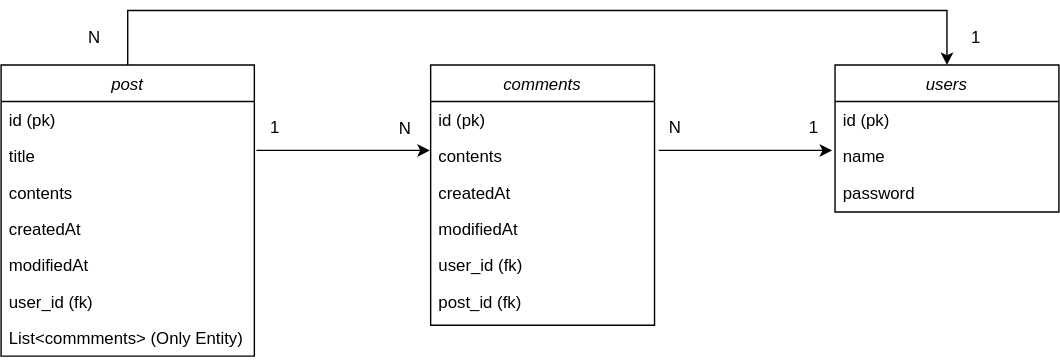
The draw.io diagram Entity Relationship Diagram.drawio.svg in Chaeyounglim/myBlog, before a commit. Source tidied: cells renumbered, new cells last; positions are measured from the earlier drawing's top-left corner, leaving out a move shared by most shapes.
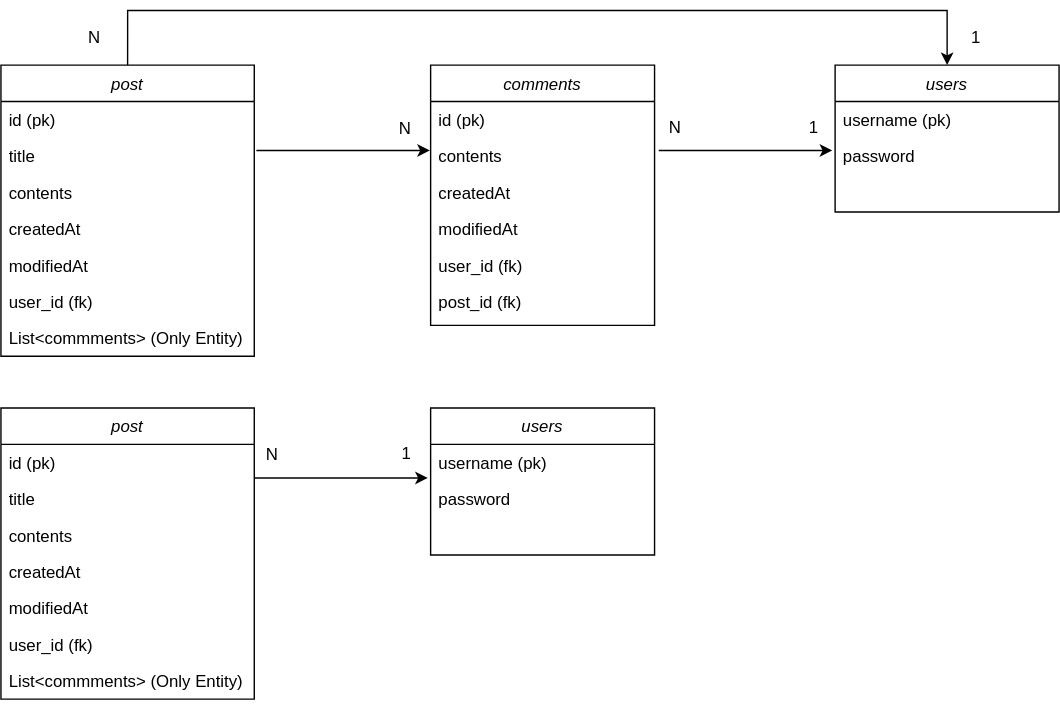
The same diagram one commit later.

What changed in the source:
```diff
@@ -37,14 +37,11 @@
     <mxCell id="11" value="users" style="swimlane;fontStyle=2;align=center;verticalAlign=top;horizontal=1;startSize=26;rounded=0;shadow=0;strokeWidth=1;" parent="1" vertex="1">
       <mxGeometry x="596" y="39" width="160" height="105" as="geometry" />
     </mxCell>
-    <mxCell id="12" value="id (pk)" style="text;align=left;verticalAlign=top;spacingLeft=4;spacingRight=4;overflow=hidden;" parent="11" vertex="1">
-      <mxGeometry y="26" width="160" height="26" as="geometry" />
-    </mxCell>
-    <mxCell id="13" value="name" style="text;align=left;verticalAlign=top;spacingLeft=4;spacingRight=4;overflow=hidden;rounded=0;shadow=0;html=0;" parent="11" vertex="1">
-      <mxGeometry y="52" width="160" height="26" as="geometry" />
+    <mxCell id="13" value="username (pk)" style="text;align=left;verticalAlign=top;spacingLeft=4;spacingRight=4;overflow=hidden;rounded=0;shadow=0;html=0;" parent="11" vertex="1">
+      <mxGeometry y="26" width="160" height="26" as="geometry" />
     </mxCell>
     <mxCell id="14" value="password" style="text;align=left;verticalAlign=top;spacingLeft=4;spacingRight=4;overflow=hidden;rounded=0;shadow=0;html=0;" parent="11" vertex="1">
-      <mxGeometry y="78" width="160" height="26" as="geometry" />
+      <mxGeometry y="52" width="160" height="26" as="geometry" />
     </mxCell>
     <mxCell id="15" value="post" style="swimlane;fontStyle=2;align=center;verticalAlign=top;horizontal=1;startSize=26;rounded=0;shadow=0;strokeWidth=1;" parent="1" vertex="1">
       <mxGeometry y="39" width="181" height="208" as="geometry" />
@@ -74,7 +71,7 @@
       <mxGeometry x="37" y="5" width="60" height="30" as="geometry" />
     </mxCell>
     <mxCell id="24" value="1" style="text;html=1;strokeColor=none;fillColor=none;align=center;verticalAlign=middle;whiteSpace=wrap;rounded=0;" parent="1" vertex="1">
-      <mxGeometry x="166" y="69" width="60" height="30" as="geometry" />
+      <mxGeometry x="260" y="302" width="60" height="30" as="geometry" />
     </mxCell>
     <mxCell id="25" value="1" style="text;html=1;strokeColor=none;fillColor=none;align=center;verticalAlign=middle;whiteSpace=wrap;rounded=0;" parent="1" vertex="1">
       <mxGeometry x="551" y="69" width="60" height="30" as="geometry" />
@@ -97,5 +94,47 @@
     <mxCell id="29" value="N" style="text;html=1;strokeColor=none;fillColor=none;align=center;verticalAlign=middle;whiteSpace=wrap;rounded=0;" parent="1" vertex="1">
       <mxGeometry x="259" y="70" width="60" height="30" as="geometry" />
     </mxCell>
+    <mxCell id="30" value="post" style="swimlane;fontStyle=2;align=center;verticalAlign=top;horizontal=1;startSize=26;rounded=0;shadow=0;strokeWidth=1;" parent="1" vertex="1">
+      <mxGeometry y="284" width="181" height="208" as="geometry" />
+    </mxCell>
+    <mxCell id="12" value="id (pk)" style="text;align=left;verticalAlign=top;spacingLeft=4;spacingRight=4;overflow=hidden;" parent="30" vertex="1">
+      <mxGeometry y="26" width="181" height="26" as="geometry" />
+    </mxCell>
+    <mxCell id="31" value="title" style="text;align=left;verticalAlign=top;spacingLeft=4;spacingRight=4;overflow=hidden;rounded=0;shadow=0;html=0;" parent="30" vertex="1">
+      <mxGeometry y="52" width="181" height="26" as="geometry" />
+    </mxCell>
+    <mxCell id="32" value="contents" style="text;align=left;verticalAlign=top;spacingLeft=4;spacingRight=4;overflow=hidden;rounded=0;shadow=0;html=0;" parent="30" vertex="1">
+      <mxGeometry y="78" width="181" height="26" as="geometry" />
+    </mxCell>
+    <mxCell id="33" value="createdAt" style="text;align=left;verticalAlign=top;spacingLeft=4;spacingRight=4;overflow=hidden;rounded=0;shadow=0;html=0;" parent="30" vertex="1">
+      <mxGeometry y="104" width="181" height="26" as="geometry" />
+    </mxCell>
+    <mxCell id="34" value="modifiedAt " style="text;align=left;verticalAlign=top;spacingLeft=4;spacingRight=4;overflow=hidden;rounded=0;shadow=0;html=0;" parent="30" vertex="1">
+      <mxGeometry y="130" width="181" height="26" as="geometry" />
+    </mxCell>
+    <mxCell id="35" value="user_id (fk)" style="text;align=left;verticalAlign=top;spacingLeft=4;spacingRight=4;overflow=hidden;rounded=0;shadow=0;html=0;" parent="30" vertex="1">
+      <mxGeometry y="156" width="181" height="26" as="geometry" />
+    </mxCell>
+    <mxCell id="36" value="List&lt;commments&gt; (Only Entity)" style="text;align=left;verticalAlign=top;spacingLeft=4;spacingRight=4;overflow=hidden;rounded=0;shadow=0;html=0;" parent="30" vertex="1">
+      <mxGeometry y="182" width="181" height="26" as="geometry" />
+    </mxCell>
+    <mxCell id="37" value="users" style="swimlane;fontStyle=2;align=center;verticalAlign=top;horizontal=1;startSize=26;rounded=0;shadow=0;strokeWidth=1;" parent="1" vertex="1">
+      <mxGeometry x="307" y="284" width="160" height="105" as="geometry" />
+    </mxCell>
+    <mxCell id="38" value="username (pk)" style="text;align=left;verticalAlign=top;spacingLeft=4;spacingRight=4;overflow=hidden;rounded=0;shadow=0;html=0;" parent="37" vertex="1">
+      <mxGeometry y="26" width="160" height="26" as="geometry" />
+    </mxCell>
+    <mxCell id="39" value="password" style="text;align=left;verticalAlign=top;spacingLeft=4;spacingRight=4;overflow=hidden;rounded=0;shadow=0;html=0;" parent="37" vertex="1">
+      <mxGeometry y="52" width="160" height="26" as="geometry" />
+    </mxCell>
+    <mxCell id="40" style="edgeStyle=orthogonalEdgeStyle;rounded=0;orthogonalLoop=1;jettySize=auto;html=1;startArrow=none;startFill=0;" parent="1" edge="1">
+      <mxGeometry relative="1" as="geometry">
+        <mxPoint x="181" y="334" as="sourcePoint" />
+        <mxPoint x="305" y="334" as="targetPoint" />
+      </mxGeometry>
+    </mxCell>
+    <mxCell id="41" value="N" style="text;html=1;strokeColor=none;fillColor=none;align=center;verticalAlign=middle;whiteSpace=wrap;rounded=0;" parent="1" vertex="1">
+      <mxGeometry x="164" y="303" width="60" height="30" as="geometry" />
+    </mxCell>
   </root>
 </mxGraphModel>
```
